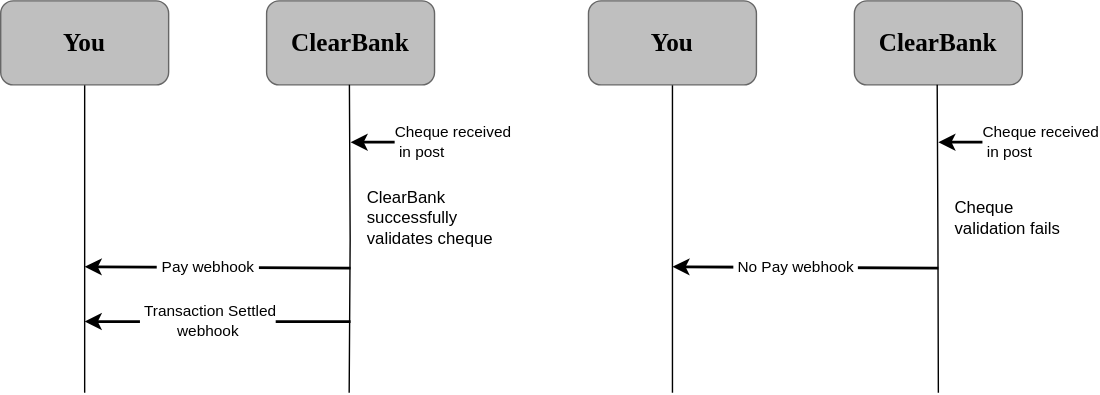
This is static/assets/images/cheque_post.svg from clearbank/clearbank.github.io, a draw.io export, as it was before one commit. Source tidied: cells renumbered, new cells last; positions are measured from the earlier drawing's top-left corner, leaving out a move shared by most shapes.
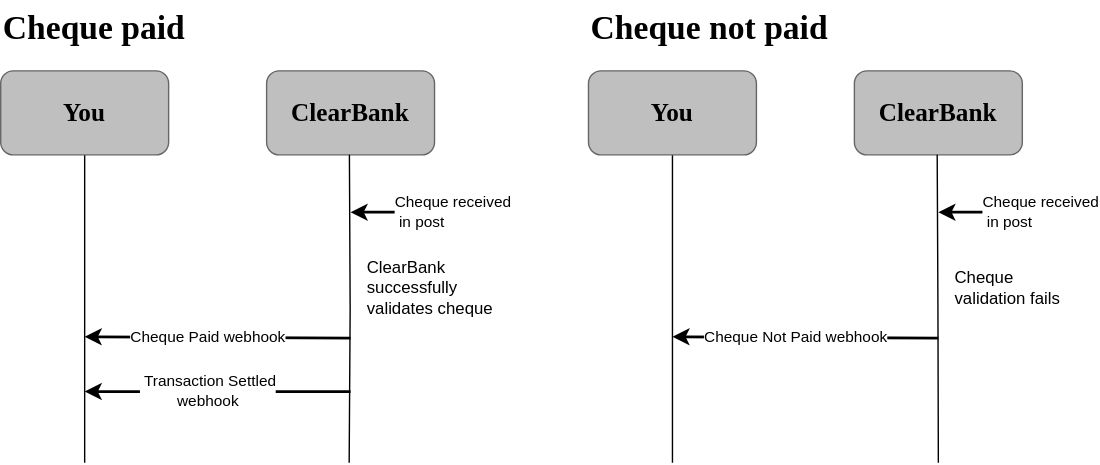
After the commit.

Change to the diagram source:
```diff
@@ -22,7 +22,7 @@
         <mxPoint x="60" y="190" as="targetPoint" />
       </mxGeometry>
     </mxCell>
-    <mxCell id="6" value="&amp;nbsp;Pay webhook&amp;nbsp;" style="edgeLabel;html=1;align=center;verticalAlign=middle;fontSize=11;" parent="5" vertex="1">
+    <mxCell id="6" value="Cheque Paid webhook" style="edgeLabel;html=1;align=center;verticalAlign=middle;fontSize=11;" parent="5" vertex="1">
       <mxGeometry x="0.09" y="-1" relative="1" as="geometry" />
     </mxCell>
     <mxCell id="7" style="endArrow=classic;html=1;rounded=0;strokeWidth=2;" parent="1" edge="1">
@@ -60,7 +60,7 @@
         <mxPoint x="480" y="190" as="targetPoint" />
       </mxGeometry>
     </mxCell>
-    <mxCell id="15" value="&amp;nbsp;No Pay webhook&amp;nbsp;" style="edgeLabel;html=1;align=center;verticalAlign=middle;fontSize=11;" parent="14" vertex="1">
+    <mxCell id="15" value="Cheque Not Paid webhook" style="edgeLabel;html=1;align=center;verticalAlign=middle;fontSize=11;" parent="14" vertex="1">
       <mxGeometry x="0.09" y="-1" relative="1" as="geometry" />
     </mxCell>
     <mxCell id="16" value="Cheque validation fails" style="text;html=1;strokeColor=none;fillColor=none;align=left;verticalAlign=middle;whiteSpace=wrap;rounded=0;fontSize=12;" parent="1" vertex="1">
@@ -91,5 +91,11 @@
         <mxPoint x="-16" as="offset" />
       </mxGeometry>
     </mxCell>
+    <mxCell id="22" value="Cheque paid" style="text;strokeColor=none;fillColor=none;html=1;fontSize=24;fontStyle=1;verticalAlign=middle;align=left;fontFamily=Clear Sans Display;" parent="1" vertex="1">
+      <mxGeometry y="-50" width="100" height="40" as="geometry" />
+    </mxCell>
+    <mxCell id="23" value="Cheque not paid" style="text;strokeColor=none;fillColor=none;html=1;fontSize=24;fontStyle=1;verticalAlign=middle;align=left;fontFamily=Clear Sans Display;" parent="1" vertex="1">
+      <mxGeometry x="420" y="-50" width="100" height="40" as="geometry" />
+    </mxCell>
   </root>
 </mxGraphModel>
```
